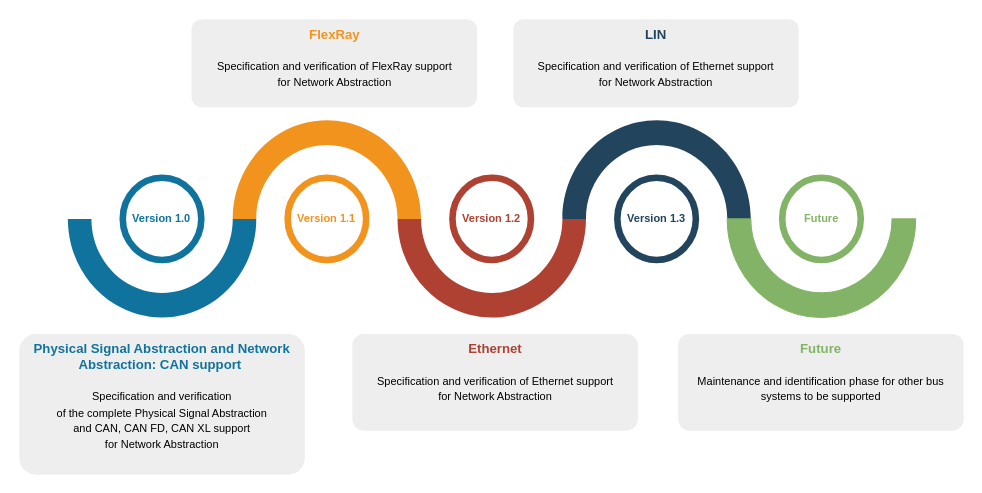
modelica/fmi-ls-bus keeps this draw.io diagram as roadmap_overview.drawio. Above is the earlier version. Source tidied: cells renumbered, new cells numbered last; positions are measured from the earlier drawing's top-left corner, leaving out a move shared by most shapes. Both pictures are drawn from the tidied source at 110%, with x=0, y=0 at pixel (19, 19).
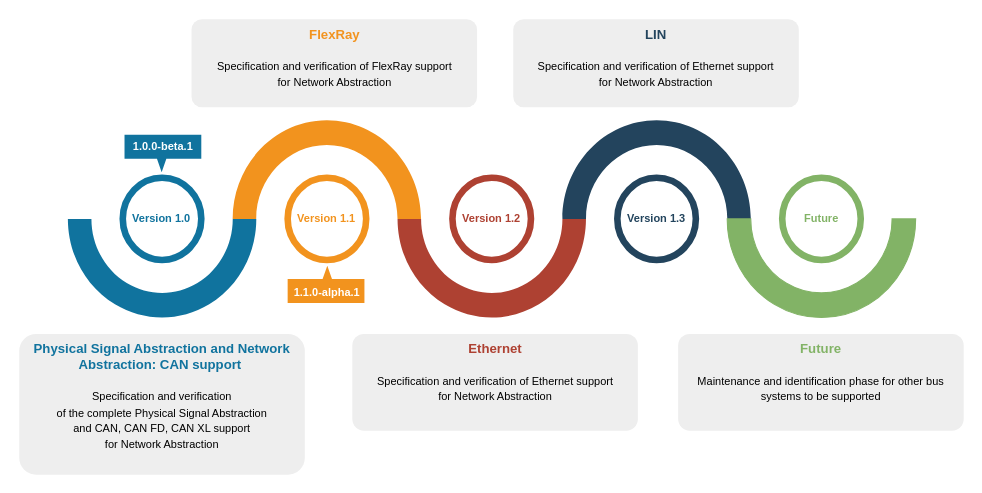
The same page after the edit.

Commit message (it also covers changes not shown here):
Add current release versions to overview roadmap

The edit, as a diff of the source:
```diff
@@
+    <mxCell id="17" value="&lt;b style=&quot;font-size: 10px;&quot;&gt;1.0.0-beta.1&lt;/b&gt;" style="html=1;whiteSpace=wrap;shape=mxgraph.infographic.barCallout;dx=33.76;dy=12.19;fillColor=#10739E;strokeColor=none;align=center;verticalAlign=top;fontColor=#ffffff;fontSize=14;fontStyle=1;shadow=0;spacingTop=-6;horizontal=1;spacingBottom=-8;" parent="1" vertex="1">
+      <mxGeometry x="95.7" y="105" width="69.8" height="34" as="geometry" />
+    </mxCell>
+    <mxCell id="18" style="group;" parent="1" vertex="1">
+      <mxGeometry x="244" y="224" width="103.5" height="39.1" as="geometry" />
+    </mxCell>
+    <mxCell id="19" style="html=1;whiteSpace=wrap;shape=mxgraph.infographic.barCallout;dx=33.76;dy=12.19;fillColor=#F2931E;strokeColor=none;align=center;verticalAlign=top;fontColor=#ffffff;fontSize=14;fontStyle=1;shadow=0;spacingTop=-6;horizontal=1;spacingBottom=-8;rotation=-180;" parent="18" vertex="1">
+      <mxGeometry width="69.8" height="34" as="geometry" />
+    </mxCell>
+    <mxCell id="20" value="&lt;b style=&quot;text-wrap-mode: wrap;&quot;&gt;1.1.0-alpha.1&lt;/b&gt;" style="text;strokeColor=none;fillColor=none;html=1;fontSize=10;fontStyle=1;verticalAlign=middle;align=left;fontColor=#FFFFFF;whiteSpace=wrap;" parent="18" vertex="1">
+      <mxGeometry x="3.5" y="8.1" width="100" height="31" as="geometry" />
+    </mxCell>
```
